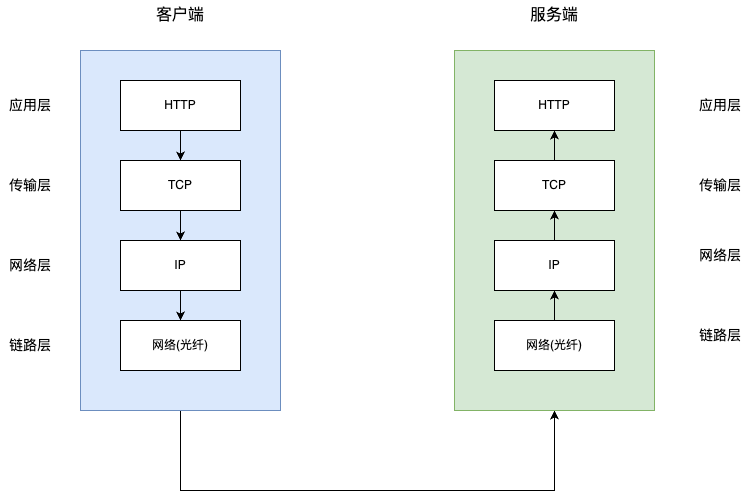
Before: HTTP:通信传输流.drawio.png, a diagram exported from draw.io (JYbill/draw). Source tidied: cells renumbered, new cells last; positions are measured from the earlier drawing's top-left corner, leaving out a move shared by most shapes.
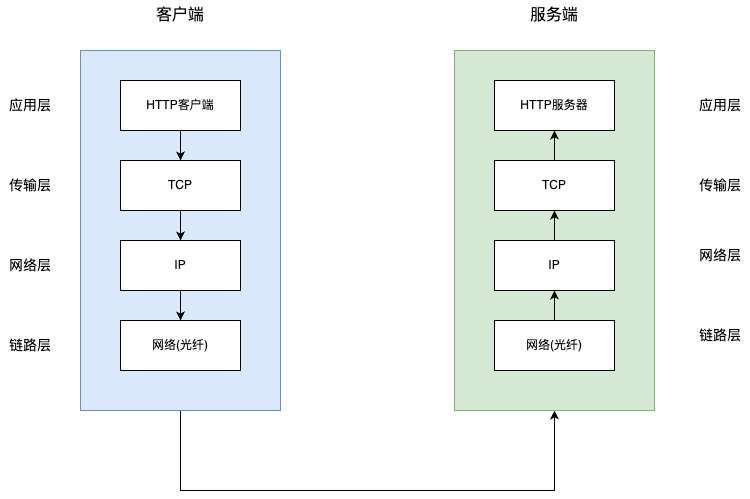
The same diagram one commit later.

Commit message:
更新HTTP:通信传输流.drawio.png

The edit, as a diff of the source:
```diff
@@ -16,7 +16,7 @@
     <mxCell id="4" style="edgeStyle=orthogonalEdgeStyle;rounded=0;jettySize=auto;html=1;exitX=0.5;exitY=1;exitDx=0;exitDy=0;" parent="1" edge="1" source="5" target="7">
       <mxGeometry relative="1" as="geometry" />
     </mxCell>
-    <mxCell id="5" value="HTTP" style="rounded=0;whiteSpace=wrap;html=1;" parent="1" vertex="1">
+    <mxCell id="5" value="HTTP客户端" style="rounded=0;whiteSpace=wrap;html=1;" parent="1" vertex="1">
       <mxGeometry x="120" y="80" width="120" height="50" as="geometry" />
     </mxCell>
     <mxCell id="6" style="edgeStyle=orthogonalEdgeStyle;rounded=0;jettySize=auto;html=1;exitX=0.5;exitY=1;exitDx=0;exitDy=0;entryX=0.5;entryY=0;entryDx=0;entryDy=0;" parent="1" edge="1" source="7" target="9">
@@ -52,7 +52,7 @@
     <mxCell id="16" style="rounded=0;whiteSpace=wrap;html=1;fillColor=#d5e8d4;strokeColor=#82b366;" parent="1" vertex="1">
       <mxGeometry x="454" y="50" width="200" height="360" as="geometry" />
     </mxCell>
-    <mxCell id="17" value="HTTP" style="rounded=0;whiteSpace=wrap;html=1;" parent="1" vertex="1">
+    <mxCell id="17" value="HTTP服务器" style="rounded=0;whiteSpace=wrap;html=1;" parent="1" vertex="1">
       <mxGeometry x="494" y="80" width="120" height="50" as="geometry" />
     </mxCell>
     <mxCell id="18" style="edgeStyle=orthogonalEdgeStyle;rounded=0;jettySize=auto;html=1;exitX=0.5;exitY=0;exitDx=0;exitDy=0;entryX=0.5;entryY=1;entryDx=0;entryDy=0;" parent="1" edge="1" source="19" target="17">
```
